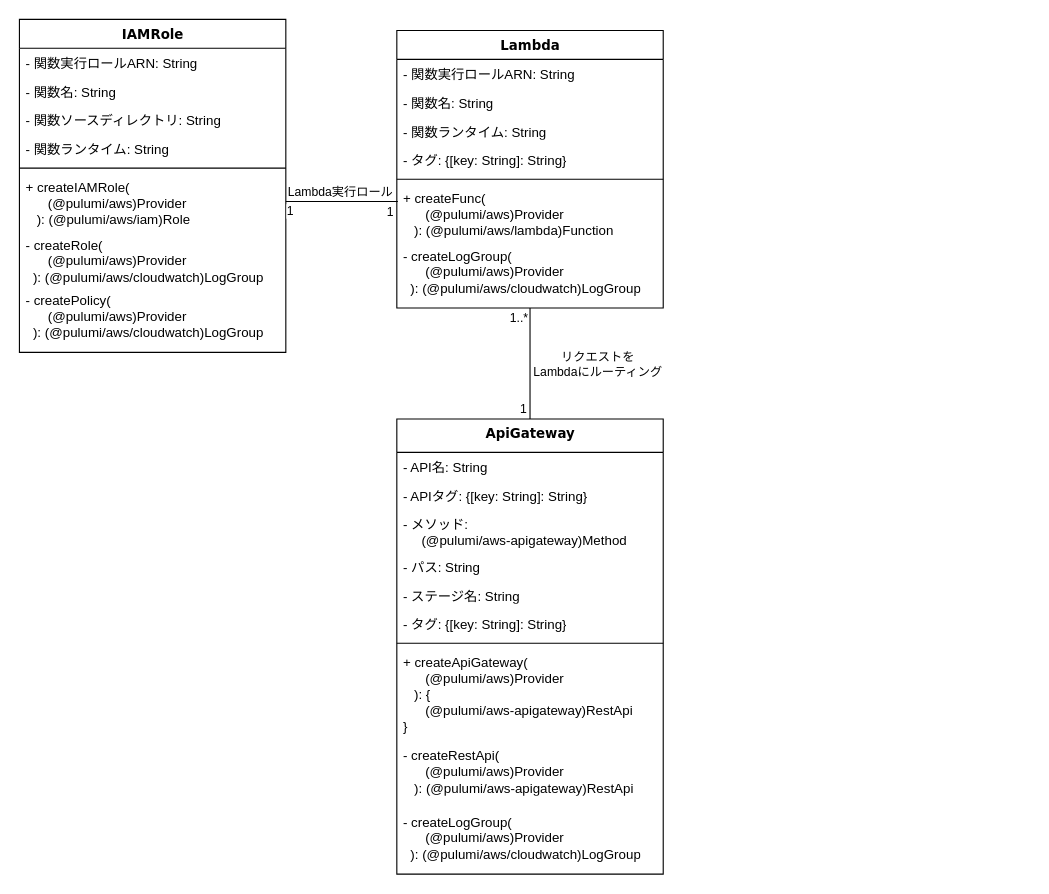
This is .docs/PicToTextInfraClass.drawio from takata-kento/InfraPicToTxt, a draw.io file, before an edit. Source tidied: cells renumbered, new cells numbered last; positions are measured from the earlier drawing's top-left corner, leaving out a move shared by most shapes. Both pictures are drawn from the tidied source at 111%, with x=0, y=0 at pixel (19, 19).
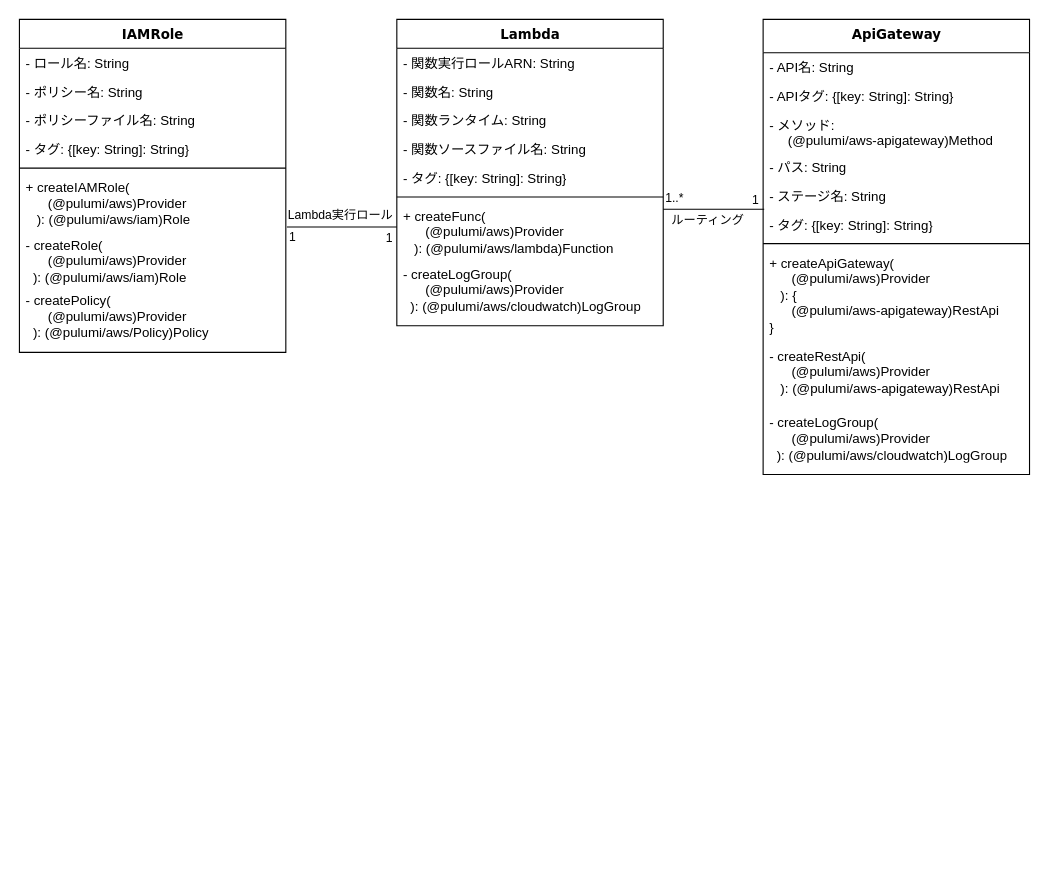
The same page after the edit.

Commit message (it also covers changes not shown here):
IAMRoleのクラス図のフィールドに誤りがあったのを修正

Unchanged cells that the change refers to:
```xml
<mxCell id="17" value="- ステージ名: String" style="text;html=1;strokeColor=none;fillColor=none;align=left;verticalAlign=top;spacingLeft=4;spacingRight=4;whiteSpace=wrap;overflow=hidden;points=[[0,0.5],[1,0.5]];portConstraint=eastwest;" parent="12" vertex="1">
  <mxGeometry y="146" width="240" height="26" as="geometry" />
</mxCell>
<mxCell id="27" value="IAMRole" style="swimlane;html=1;fontStyle=1;align=center;verticalAlign=top;horizontal=1;startSize=26;swimlaneFillColor=#ffffff;rounded=0;shadow=0;comic=0;labelBackgroundColor=none;strokeWidth=1;fillColor=none;fontFamily=Verdana;fontSize=12;" parent="1" vertex="1">
  <mxGeometry width="240" height="300" as="geometry" />
</mxCell>
<mxCell id="33" value="+ createIAMRole(&lt;div&gt;&amp;nbsp; &amp;nbsp; &amp;nbsp; (@pulumi/aws)Provider&lt;/div&gt;&lt;div&gt;&amp;nbsp; &amp;nbsp;): (@pulumi/aws/iam)Role&lt;/div&gt;" style="text;html=1;strokeColor=none;fillColor=none;align=left;verticalAlign=top;spacingLeft=4;spacingRight=4;whiteSpace=wrap;overflow=hidden;points=[[0,0.5],[1,0.5]];portConstraint=eastwest;" parent="27" vertex="1">
  <mxGeometry y="138" width="240" height="52" as="geometry" />
</mxCell>
```

The edit, as a diff of the source:
```diff
@@
     <mxCell id="2" value="Lambda" style="swimlane;html=1;fontStyle=1;align=center;verticalAlign=top;horizontal=1;startSize=26;swimlaneFillColor=#ffffff;rounded=0;shadow=0;comic=0;labelBackgroundColor=none;strokeWidth=1;fillColor=none;fontFamily=Verdana;fontSize=12;" parent="1" vertex="1">
-      <mxGeometry x="340" y="10" width="240" height="250" as="geometry" />
+      <mxGeometry x="340" width="240" height="276" as="geometry" />
     </mxCell>
@@
+    <mxCell id="40" value="- 関数ソースファイル名: String" style="text;html=1;strokeColor=none;fillColor=none;align=left;verticalAlign=top;spacingLeft=4;spacingRight=4;whiteSpace=wrap;overflow=hidden;" parent="2" vertex="1">
+      <mxGeometry y="104" width="240" height="26" as="geometry" />
+    </mxCell>
     <mxCell id="6" value="- タグ: {[key: String]: String}" style="text;html=1;strokeColor=none;fillColor=none;align=left;verticalAlign=top;spacingLeft=4;spacingRight=4;whiteSpace=wrap;overflow=hidden;" parent="2" vertex="1">
-      <mxGeometry y="104" width="240" height="26" as="geometry" />
+      <mxGeometry y="130" width="240" height="26" as="geometry" />
     </mxCell>
     <mxCell id="7" style="line;html=1;strokeWidth=1;fillColor=none;align=left;verticalAlign=middle;spacingTop=-1;spacingLeft=3;spacingRight=3;labelPosition=right;" parent="2" vertex="1">
-      <mxGeometry y="130" width="240" height="8" as="geometry" />
+      <mxGeometry y="156" width="240" height="8" as="geometry" />
     </mxCell>
     <mxCell id="8" value="+ createFunc(&lt;div&gt;&amp;nbsp; &amp;nbsp; &amp;nbsp; (@pulumi/aws)Provider&lt;/div&gt;&lt;div&gt;&amp;nbsp; &amp;nbsp;): (@pulumi/aws/lambda)Function&lt;/div&gt;" style="text;html=1;strokeColor=none;fillColor=none;align=left;verticalAlign=top;spacingLeft=4;spacingRight=4;whiteSpace=wrap;overflow=hidden;points=[[0,0.5],[1,0.5]];portConstraint=eastwest;" parent="2" vertex="1">
-      <mxGeometry y="138" width="240" height="52" as="geometry" />
+      <mxGeometry y="164" width="240" height="52" as="geometry" />
     </mxCell>
     <mxCell id="9" value="- createLogGroup(&lt;div&gt;&amp;nbsp; &amp;nbsp; &amp;nbsp; (@pulumi/aws)Provider&lt;/div&gt;&lt;div&gt;&amp;nbsp; ):&amp;nbsp;&lt;span style=&quot;background-color: initial;&quot;&gt;(@pulumi/aws/cloudwatch)LogGroup&lt;/span&gt;&lt;/div&gt;" style="text;html=1;strokeColor=none;fillColor=none;align=left;verticalAlign=top;spacingLeft=4;spacingRight=4;whiteSpace=wrap;overflow=hidden;" parent="2" vertex="1">
-      <mxGeometry y="190" width="240" height="50" as="geometry" />
+      <mxGeometry y="216" width="240" height="50" as="geometry" />
     </mxCell>
@@
     <mxCell id="12" value="&lt;div&gt;ApiGateway&lt;/div&gt;" style="swimlane;html=1;fontStyle=1;align=center;verticalAlign=top;horizontal=1;startSize=30;swimlaneFillColor=#ffffff;rounded=0;shadow=0;comic=0;labelBackgroundColor=none;strokeWidth=1;fillColor=none;fontFamily=Verdana;fontSize=12;" parent="1" vertex="1">
-      <mxGeometry x="340" y="360" width="240" height="410" as="geometry" />
+      <mxGeometry x="670" width="240" height="410" as="geometry" />
     </mxCell>
@@
-    <mxCell id="23" style="endArrow=none;html=1;edgeStyle=orthogonalEdgeStyle;rounded=0;entryX=0.5;entryY=0;entryDx=0;entryDy=0;exitX=0.5;exitY=1;exitDx=0;exitDy=0;" parent="1" edge="1" source="2" target="12">
+    <mxCell id="23" style="endArrow=none;html=1;rounded=0;entryX=0.004;entryY=0.962;entryDx=0;entryDy=0;entryPerimeter=0;exitX=1;exitY=0.135;exitDx=0;exitDy=0;exitPerimeter=0;" parent="1" edge="1" source="8" target="17">
       <mxGeometry relative="1" as="geometry" />
     </mxCell>
-    <mxCell id="24" value="リクエストを&lt;div&gt;Lambdaにルーティング&lt;/div&gt;" style="edgeLabel;html=1;align=center;verticalAlign=middle;" parent="23" vertex="1">
+    <mxCell id="24" value="&lt;div&gt;ルーティング&lt;/div&gt;" style="edgeLabel;html=1;align=center;verticalAlign=middle;" parent="23" vertex="1">
       <mxGeometry x="-0.22" y="1" relative="1" as="geometry">
-        <mxPoint x="59" y="11" as="offset" />
+        <mxPoint x="5" y="10" as="offset" />
       </mxGeometry>
     </mxCell>
     <mxCell id="25" value="1" style="edgeLabel;html=1;align=center;verticalAlign=middle;" parent="23" vertex="1">
       <mxGeometry x="-0.28" y="-2" relative="1" as="geometry">
-        <mxPoint x="-5" y="54" as="offset" />
+        <mxPoint x="49" y="-11" as="offset" />
       </mxGeometry>
     </mxCell>
     <mxCell id="26" value="1..*" style="edgeLabel;html=1;align=center;verticalAlign=middle;" parent="23" vertex="1">
       <mxGeometry x="-0.58" y="-1" relative="1" as="geometry">
-        <mxPoint x="-10" y="-13" as="offset" />
+        <mxPoint x="-10" y="-12" as="offset" />
       </mxGeometry>
     </mxCell>
@@
-    <mxCell id="28" value="- 関数実行ロールARN: String" style="text;html=1;strokeColor=none;fillColor=none;align=left;verticalAlign=top;spacingLeft=4;spacingRight=4;whiteSpace=wrap;overflow=hidden;" parent="27" vertex="1">
+    <mxCell id="28" value="- ロール名: String" style="text;html=1;strokeColor=none;fillColor=none;align=left;verticalAlign=top;spacingLeft=4;spacingRight=4;whiteSpace=wrap;overflow=hidden;" parent="27" vertex="1">
       <mxGeometry y="26" width="240" height="26" as="geometry" />
     </mxCell>
-    <mxCell id="29" value="- 関数名: String" style="text;html=1;strokeColor=none;fillColor=none;align=left;verticalAlign=top;spacingLeft=4;spacingRight=4;whiteSpace=wrap;overflow=hidden;" parent="27" vertex="1">
+    <mxCell id="29" value="- ポリシー名: String" style="text;html=1;strokeColor=none;fillColor=none;align=left;verticalAlign=top;spacingLeft=4;spacingRight=4;whiteSpace=wrap;overflow=hidden;" parent="27" vertex="1">
       <mxGeometry y="52" width="240" height="26" as="geometry" />
     </mxCell>
-    <mxCell id="30" value="- 関数ソースディレクトリ: String" style="text;html=1;strokeColor=none;fillColor=none;align=left;verticalAlign=top;spacingLeft=4;spacingRight=4;whiteSpace=wrap;overflow=hidden;" parent="27" vertex="1">
+    <mxCell id="30" value="- ポリシーファイル名:&amp;nbsp;&lt;span style=&quot;background-color: initial;&quot;&gt;String&lt;/span&gt;" style="text;html=1;strokeColor=none;fillColor=none;align=left;verticalAlign=top;spacingLeft=4;spacingRight=4;whiteSpace=wrap;overflow=hidden;" parent="27" vertex="1">
       <mxGeometry y="78" width="240" height="26" as="geometry" />
     </mxCell>
-    <mxCell id="31" value="- 関数ランタイム: String" style="text;html=1;strokeColor=none;fillColor=none;align=left;verticalAlign=top;spacingLeft=4;spacingRight=4;whiteSpace=wrap;overflow=hidden;" parent="27" vertex="1">
+    <mxCell id="31" value="- タグ: {[key: String]: String}" style="text;html=1;strokeColor=none;fillColor=none;align=left;verticalAlign=top;spacingLeft=4;spacingRight=4;whiteSpace=wrap;overflow=hidden;" parent="27" vertex="1">
       <mxGeometry y="104" width="240" height="26" as="geometry" />
     </mxCell>
@@
-    <mxCell id="34" value="- createRole(&lt;div&gt;&amp;nbsp; &amp;nbsp; &amp;nbsp; (@pulumi/aws)Provider&lt;/div&gt;&lt;div&gt;&amp;nbsp; ):&amp;nbsp;&lt;span style=&quot;background-color: initial;&quot;&gt;(@pulumi/aws/cloudwatch)LogGroup&lt;/span&gt;&lt;/div&gt;" style="text;html=1;strokeColor=none;fillColor=none;align=left;verticalAlign=top;spacingLeft=4;spacingRight=4;whiteSpace=wrap;overflow=hidden;points=[[0,0.5],[1,0.5]];portConstraint=eastwest;" parent="27" vertex="1">
+    <mxCell id="34" value="- createRole(&lt;div&gt;&amp;nbsp; &amp;nbsp; &amp;nbsp; (@pulumi/aws)Provider&lt;/div&gt;&lt;div&gt;&amp;nbsp; ):&amp;nbsp;&lt;span style=&quot;background-color: initial;&quot;&gt;(@pulumi/aws/iam)Role&lt;/span&gt;&lt;/div&gt;" style="text;html=1;strokeColor=none;fillColor=none;align=left;verticalAlign=top;spacingLeft=4;spacingRight=4;whiteSpace=wrap;overflow=hidden;points=[[0,0.5],[1,0.5]];portConstraint=eastwest;" parent="27" vertex="1">
       <mxGeometry y="190" width="240" height="50" as="geometry" />
     </mxCell>
-    <mxCell id="35" value="- createPolicy(&lt;div&gt;&amp;nbsp; &amp;nbsp; &amp;nbsp; (@pulumi/aws)Provider&lt;/div&gt;&lt;div&gt;&amp;nbsp; ):&amp;nbsp;&lt;span style=&quot;background-color: initial;&quot;&gt;(@pulumi/aws/cloudwatch)LogGroup&lt;/span&gt;&lt;/div&gt;" style="text;html=1;strokeColor=none;fillColor=none;align=left;verticalAlign=top;spacingLeft=4;spacingRight=4;whiteSpace=wrap;overflow=hidden;" parent="27" vertex="1">
+    <mxCell id="35" value="- createPolicy(&lt;div&gt;&amp;nbsp; &amp;nbsp; &amp;nbsp; (@pulumi/aws)Provider&lt;/div&gt;&lt;div&gt;&amp;nbsp; ):&amp;nbsp;&lt;span style=&quot;background-color: initial;&quot;&gt;(@pulumi/aws/Policy)Policy&lt;/span&gt;&lt;/div&gt;" style="text;html=1;strokeColor=none;fillColor=none;align=left;verticalAlign=top;spacingLeft=4;spacingRight=4;whiteSpace=wrap;overflow=hidden;" parent="27" vertex="1">
       <mxGeometry y="240" width="240" height="50" as="geometry" />
     </mxCell>
-    <mxCell id="36" style="endArrow=none;html=1;edgeStyle=orthogonalEdgeStyle;rounded=0;entryX=0.004;entryY=0.308;entryDx=0;entryDy=0;entryPerimeter=0;" parent="1" edge="1" source="33" target="8">
-      <mxGeometry relative="1" as="geometry" />
+    <mxCell id="36" style="endArrow=none;html=1;rounded=0;exitX=1.004;exitY=-0.06;exitDx=0;exitDy=0;exitPerimeter=0;" parent="1" edge="1" source="34">
+      <mxGeometry relative="1" as="geometry">
+        <mxPoint x="340" y="187" as="targetPoint" />
+      </mxGeometry>
     </mxCell>
     <mxCell id="37" value="1" style="edgeLabel;html=1;align=center;verticalAlign=middle;" parent="36" vertex="1">
       <mxGeometry x="-0.23" y="-2" relative="1" as="geometry">
-        <mxPoint x="-36" y="6" as="offset" />
+        <mxPoint x="-33" y="6" as="offset" />
       </mxGeometry>
     </mxCell>
@@
     <mxCell id="39" value="Lambda実行ロール" style="edgeLabel;html=1;align=center;verticalAlign=middle;" parent="1" vertex="1">
-      <mxGeometry x="294" y="159" as="geometry">
+      <mxGeometry x="294" y="179" as="geometry">
         <mxPoint x="-6" y="-4" as="offset" />
       </mxGeometry>
     </mxCell>
```
